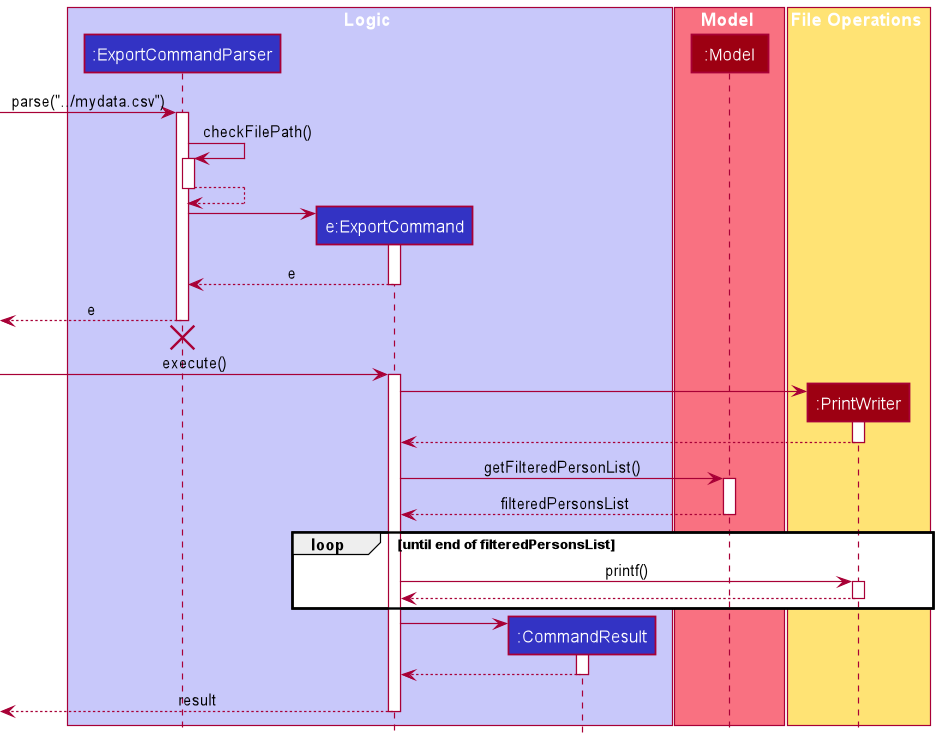
This is docs/images/ExportSequenceDiagram.png from rcjj98/tp, a PlantUML export, as it was before one commit.
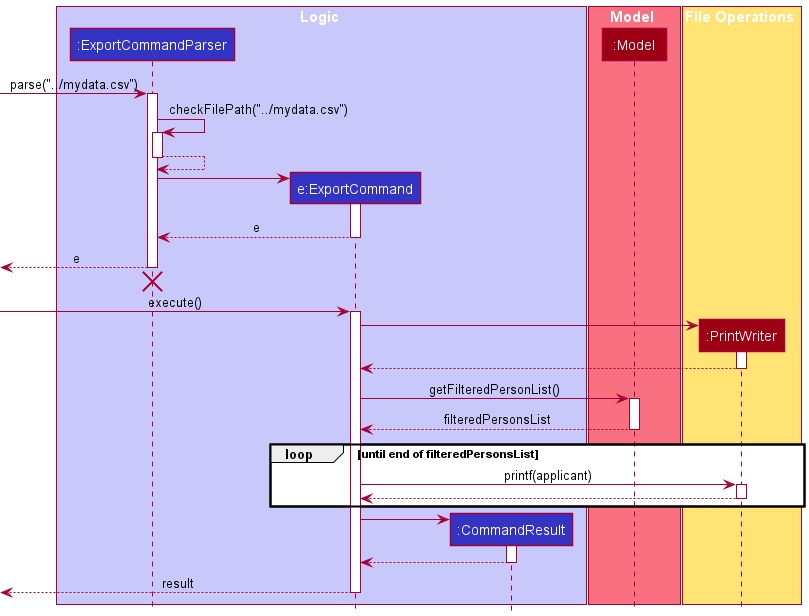
Above is the later version.

Diff of the diagram source:
```diff
@@ -19,7 +19,7 @@
 activate ExportCommandParser
 
 
-ExportCommandParser -> ExportCommandParser : checkFilePath()
+ExportCommandParser -> ExportCommandParser : checkFilePath("../mydata.csv")
 activate ExportCommandParser
 
 ExportCommandParser --> ExportCommandParser
@@ -53,7 +53,7 @@
 deactivate Model
 
 loop until end of filteredPersonsList
-ExportCommand -> PrintWriter : printf()
+ExportCommand -> PrintWriter : printf(applicant)
 activate PrintWriter
 PrintWriter --> ExportCommand
 deactivate PrintWriter
```
